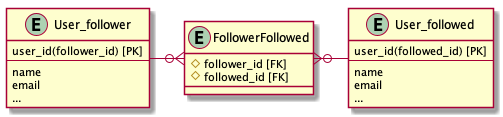
This is out/tmp/uml/14.3_er/14.3_er.png from chiku-wa/sample_app, a PlantUML export, as it was before one commit. Its diagram source:
```plantuml
@startuml

entity User_follower {
  user_id(follower_id) [PK]
  --
  name
  email
  ...
}

entity User_followed {
  user_id(followed_id) [PK]
  --
  name
  email
  ...
}

entity FollowerFollowed {
  # follower_id [FK]
  # followed_id [FK]
}

User_follower --ri-o{ FollowerFollowed
FollowerFollowed }o-ri-- User_followed

@enduml
```
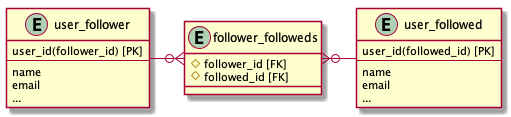
The same file after the commit.

Commit message:
[add,change]Add follow function to User model class and test.

The edit, as a diff of the source:
```diff
@@ -1,6 +1,6 @@
 @startuml
 
-entity User_follower {
+entity user_follower {
   user_id(follower_id) [PK]
   --
   name
@@ -8,7 +8,7 @@
   ...
 }
 
-entity User_followed {
+entity user_followed {
   user_id(followed_id) [PK]
   --
   name
@@ -16,12 +16,12 @@
   ...
 }
 
-entity FollowerFollowed {
+entity follower_followeds {
   # follower_id [FK]
   # followed_id [FK]
 }
 
-User_follower --ri-o{ FollowerFollowed
-FollowerFollowed }o-ri-- User_followed
+user_follower --ri-o{ follower_followeds
+follower_followeds }o-ri-- user_followed
 
 @enduml
```
